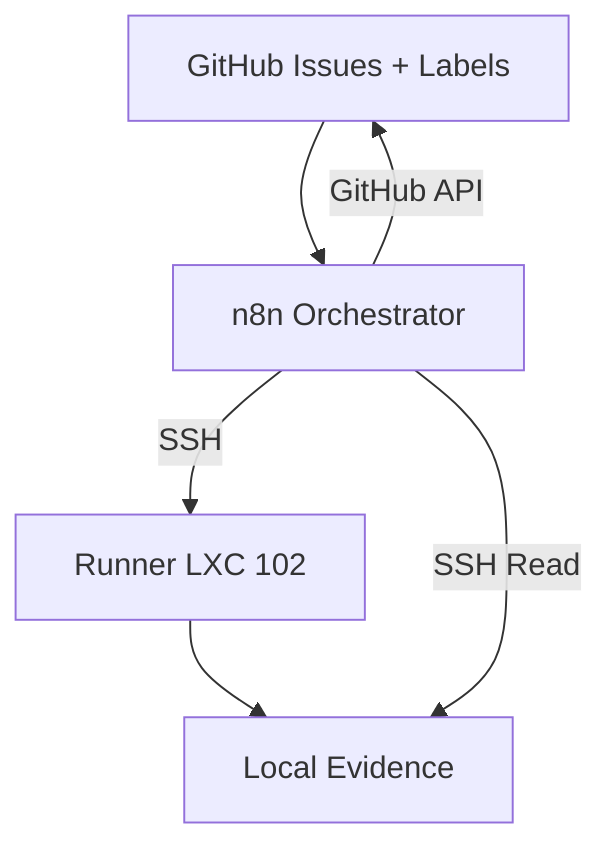
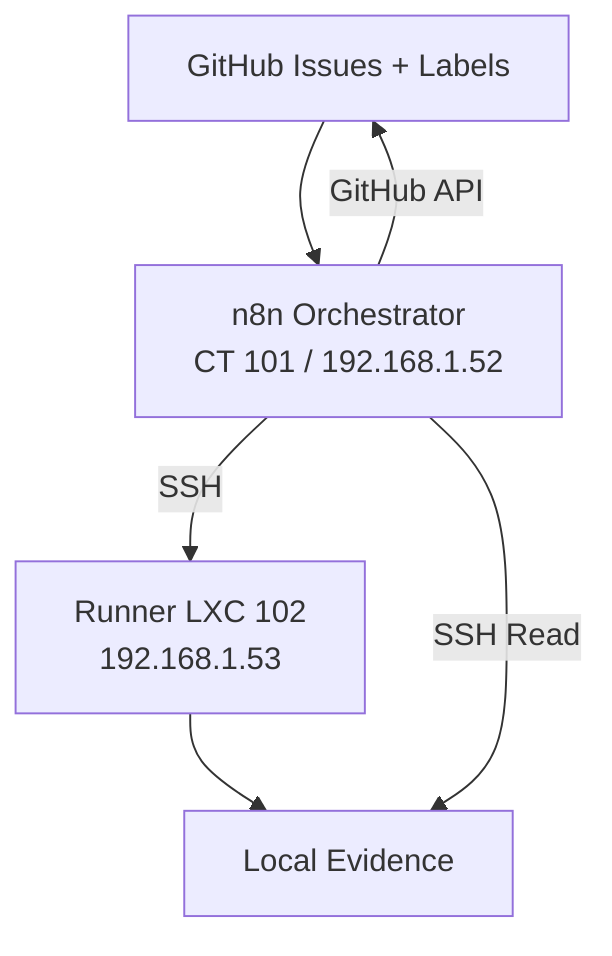
flowchart TD
-     GH[GitHub Issues + Labels] --> N8N[n8n Orchestrator]
-     N8N -->|SSH| R[Runner LXC 102]
+     GH[GitHub Issues + Labels] --> N8N[n8n Orchestrator<br/>CT 101 / 192.168.1.52]
+     N8N -->|SSH| R[Runner LXC 102<br/>192.168.1.53]
    R --> E[Local Evidence]
    N8N -->|SSH Read| E
    N8N -->|GitHub API| GH
